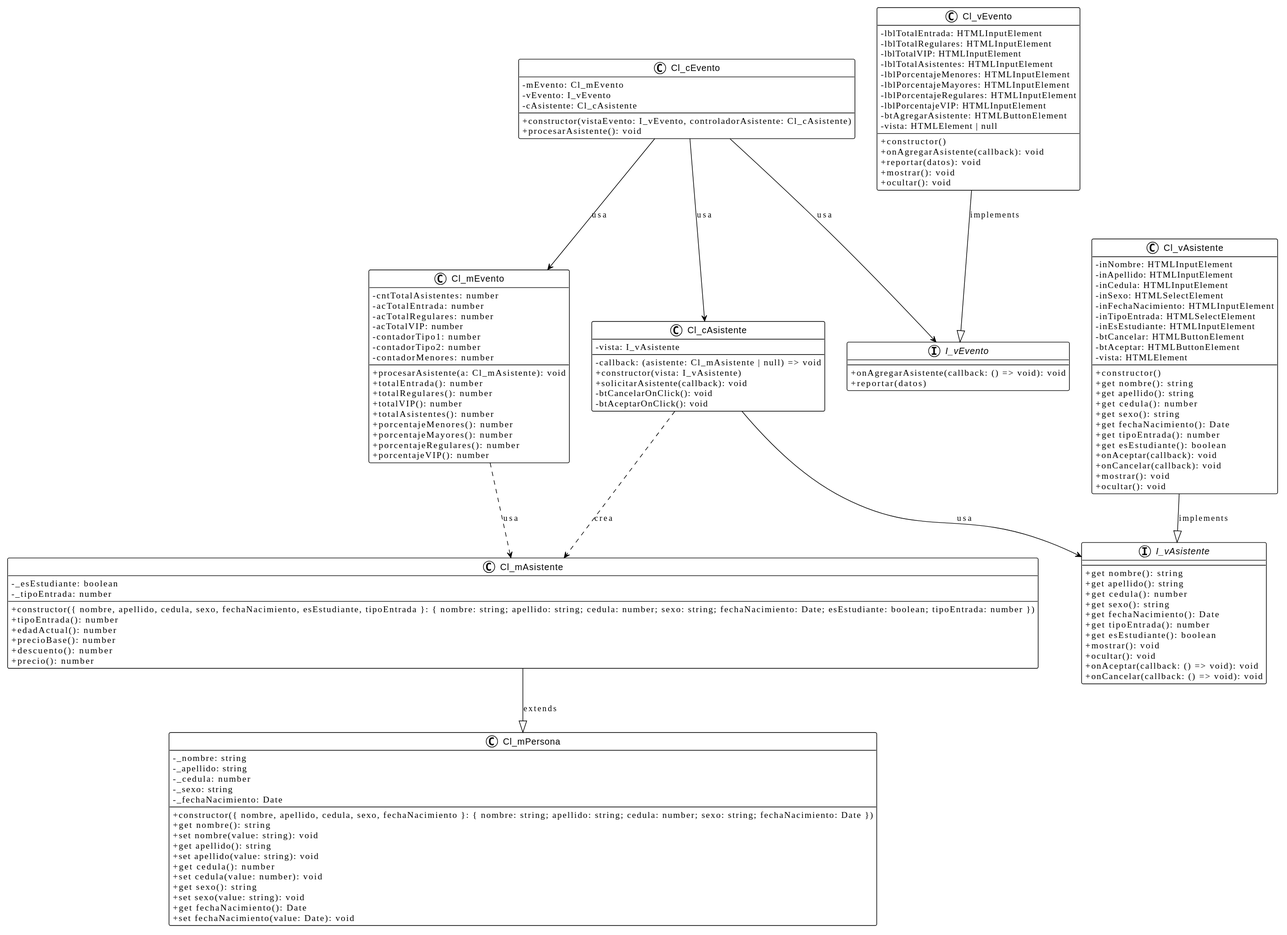
This is resources/UML.svg from adrianacostx/l26-1-p-c2-04-gestion-de-asistentes, a PlantUML export, as it was before one commit.
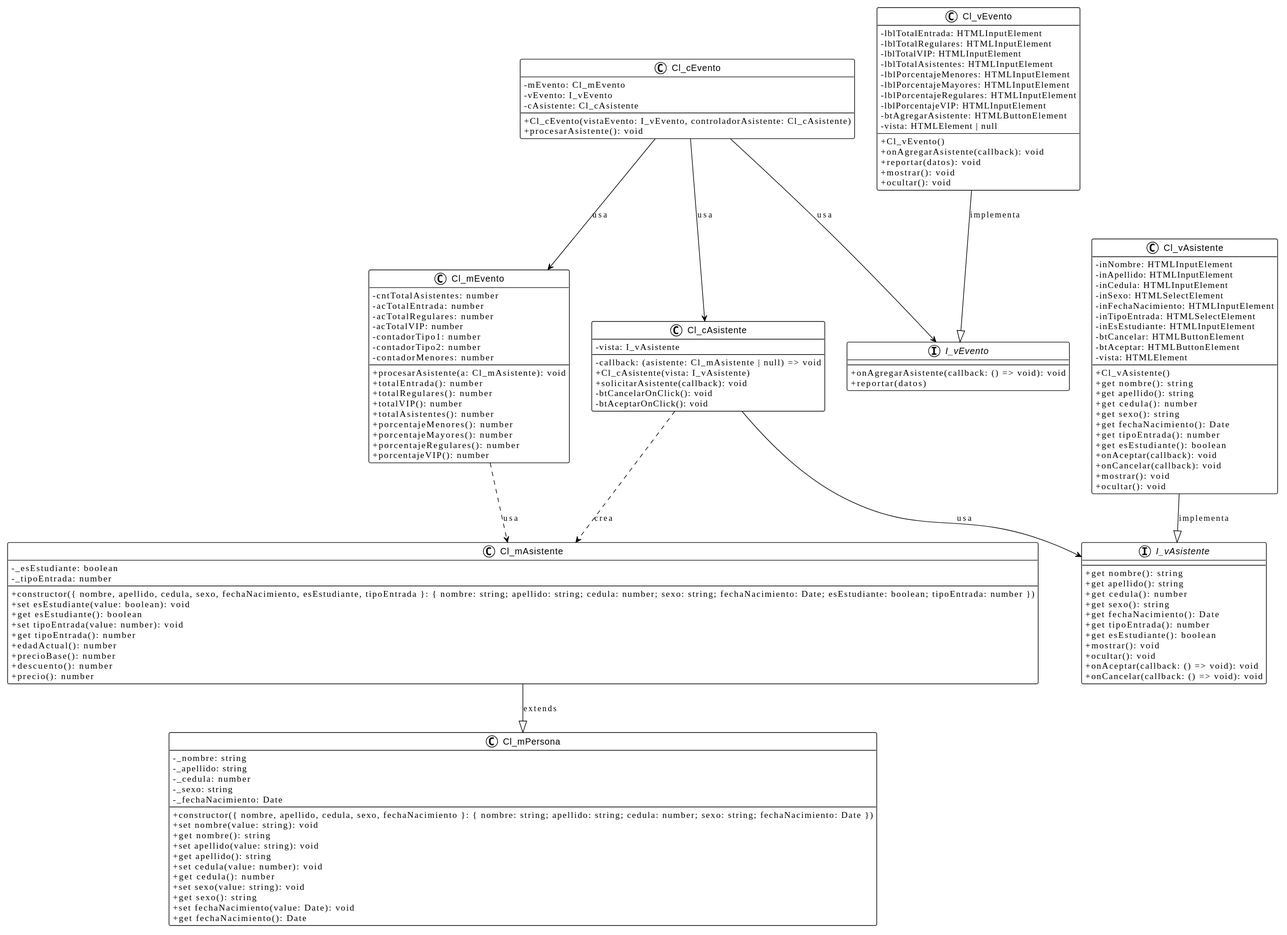
The same file after the commit.

What changed in the source:
```diff
@@ -13,23 +13,26 @@
   - _sexo: string
   - _fechaNacimiento: Date
   + constructor({ nombre, apellido, cedula, sexo, fechaNacimiento }: { nombre: string; apellido: string; cedula: number; sexo: string; fechaNacimiento: Date })
+  + set nombre(value: string): void
   + get nombre(): string
-  + set nombre(value: string): void
+  + set apellido(value: string): void
   + get apellido(): string
-  + set apellido(value: string): void
+  + set cedula(value: number): void
   + get cedula(): number
-  + set cedula(value: number): void
+  + set sexo(value: string): void
   + get sexo(): string
-  + set sexo(value: string): void
+  + set fechaNacimiento(value: Date): void
   + get fechaNacimiento(): Date
-  + set fechaNacimiento(value: Date): void
 }
 
 class Cl_mAsistente {
   - _esEstudiante: boolean
   - _tipoEntrada: number
   + constructor({ nombre, apellido, cedula, sexo, fechaNacimiento, esEstudiante, tipoEntrada }: { nombre: string; apellido: string; cedula: number; sexo: string; fechaNacimiento: Date; esEstudiante: boolean; tipoEntrada: number })
-  + tipoEntrada(): number
+  + set esEstudiante(value: boolean): void
+  + get esEstudiante(): boolean
+  + set tipoEntrada(value: number): void
+  + get tipoEntrada(): number
   + edadActual(): number
   + precioBase(): number
   + descuento(): number
@@ -89,7 +92,7 @@
   - btCancelar: HTMLButtonElement
   - btAceptar: HTMLButtonElement
   - vista: HTMLElement
-  + constructor()
+  + Cl_vAsistente()
   + get nombre(): string
   + get apellido(): string
   + get cedula(): number
@@ -114,20 +117,20 @@
   - lblPorcentajeVIP: HTMLInputElement
   - btAgregarAsistente: HTMLButtonElement
   - vista: HTMLElement | null
-  + constructor()
+  + Cl_vEvento()
   + onAgregarAsistente(callback): void
   + reportar(datos): void
   + mostrar(): void
   + ocultar(): void
 }
 
-Cl_vAsistente --|> I_vAsistente : implements
-Cl_vEvento --|> I_vEvento : implements
+Cl_vAsistente --|> I_vAsistente : implementa
+Cl_vEvento --|> I_vEvento : implementa
 
 class Cl_cAsistente {
   - vista: I_vAsistente
   - callback: (asistente: Cl_mAsistente | null) => void
-  + constructor(vista: I_vAsistente)
+  + Cl_cAsistente(vista: I_vAsistente)
   + solicitarAsistente(callback): void
   - btCancelarOnClick(): void
   - btAceptarOnClick(): void
@@ -137,7 +140,7 @@
   - mEvento: Cl_mEvento
   - vEvento: I_vEvento
   - cAsistente: Cl_cAsistente
-  + constructor(vistaEvento: I_vEvento, controladorAsistente: Cl_cAsistente)
+  + Cl_cEvento(vistaEvento: I_vEvento, controladorAsistente: Cl_cAsistente)
   + procesarAsistente(): void
 }
 
```
